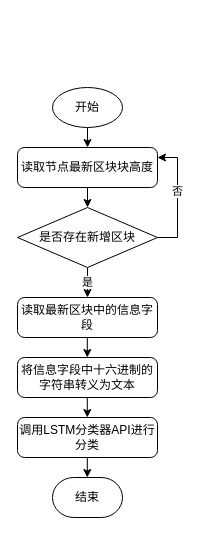
Above: bitcoin data collect.drawio in wang2gua/test (draw.io), before the change. Source tidied: cells renumbered, new cells numbered last; positions are measured from the earlier drawing's top-left corner, leaving out a move shared by most shapes. Both pictures are drawn from the tidied source at 100%, with x=0, y=0 at pixel (17, 87).
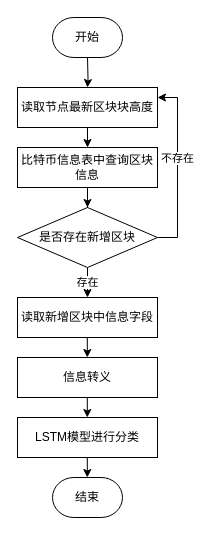
The same diagram, later.

The change refers to these unchanged cells:
```xml
<mxCell id="14" style="edgeStyle=orthogonalEdgeStyle;rounded=0;jettySize=auto;html=1;exitX=1;exitY=0.5;exitDx=0;exitDy=0;entryX=1;entryY=0.25;entryDx=0;entryDy=0;" parent="1" edge="1" source="16" target="6">
  <mxGeometry relative="1" as="geometry" />
</mxCell>
<mxCell id="16" value="是否存在新增区块" style="rhombus;whiteSpace=wrap;html=1;" parent="1" vertex="1">
  <mxGeometry y="120" width="140" height="60" as="geometry" />
</mxCell>
```

Diff of the diagram source:
```diff
@@
-    <mxCell id="2" style="edgeStyle=orthogonalEdgeStyle;rounded=0;jettySize=auto;html=1;exitX=0.5;exitY=1;exitDx=0;exitDy=0;exitPerimeter=0;" parent="1" edge="1" source="3">
+    <mxCell id="2" style="edgeStyle=orthogonalEdgeStyle;rounded=0;jettySize=auto;html=1;exitX=0.5;exitY=1;exitDx=0;exitDy=0;exitPerimeter=0;" parent="1" edge="1" source="6">
       <mxGeometry relative="1" as="geometry">
         <mxPoint x="70" y="60" as="targetPoint" />
       </mxGeometry>
     </mxCell>
-    <mxCell id="3" value="开始" style="strokeWidth=1;html=1;shape=mxgraph.flowchart.start_1;whiteSpace=wrap;" parent="1" vertex="1">
-      <mxGeometry x="35" width="70" height="40" as="geometry" />
-    </mxCell>
@@
-    <mxCell id="5" style="edgeStyle=orthogonalEdgeStyle;rounded=0;jettySize=auto;html=1;exitX=0.5;exitY=1;exitDx=0;exitDy=0;entryX=0.5;entryY=0;entryDx=0;entryDy=0;" parent="1" edge="1" source="6" target="16">
-      <mxGeometry relative="1" as="geometry" />
-    </mxCell>
-    <mxCell id="6" value="读取节点最新区块块高度" style="rounded=1;whiteSpace=wrap;html=1;absoluteArcSize=1;arcSize=14;strokeWidth=1;" parent="1" vertex="1">
-      <mxGeometry y="60" width="140" height="40" as="geometry" />
-    </mxCell>
-    <mxCell id="7" value="读取最新区块中的信息字段" style="rounded=1;whiteSpace=wrap;html=1;absoluteArcSize=1;arcSize=14;strokeWidth=1;" parent="1" vertex="1">
+    <mxCell id="7" value="读取新增区块中信息字段" style="rounded=0;whiteSpace=wrap;html=1;absoluteArcSize=1;arcSize=14;strokeWidth=1;" parent="1" vertex="1">
       <mxGeometry y="210" width="140" height="40" as="geometry" />
     </mxCell>
-    <mxCell id="8" value="将信息字段中十六进制的字符串转义为文本" style="rounded=1;whiteSpace=wrap;html=1;absoluteArcSize=1;arcSize=14;strokeWidth=1;" parent="1" vertex="1">
+    <mxCell id="8" value="信息转义" style="rounded=0;whiteSpace=wrap;html=1;absoluteArcSize=1;arcSize=14;strokeWidth=1;" parent="1" vertex="1">
       <mxGeometry y="270" width="140" height="40" as="geometry" />
     </mxCell>
-    <mxCell id="9" value="调用LSTM分类器API进行分类" style="rounded=1;whiteSpace=wrap;html=1;absoluteArcSize=1;arcSize=14;strokeWidth=1;" parent="1" vertex="1">
+    <mxCell id="9" value="LSTM模型进行分类" style="rounded=0;whiteSpace=wrap;html=1;absoluteArcSize=1;arcSize=14;strokeWidth=1;" parent="1" vertex="1">
       <mxGeometry y="330" width="140" height="40" as="geometry" />
     </mxCell>
@@
-    <mxCell id="13" value="是" style="edgeStyle=orthogonalEdgeStyle;rounded=0;jettySize=auto;html=1;exitX=0.5;exitY=1;exitDx=0;exitDy=0;entryX=0.5;entryY=0;entryDx=0;entryDy=0;" parent="1" edge="1" source="16" target="7">
+    <mxCell id="13" value="存在" style="edgeStyle=orthogonalEdgeStyle;rounded=0;jettySize=auto;html=1;exitX=0.5;exitY=1;exitDx=0;exitDy=0;entryX=0.5;entryY=0;entryDx=0;entryDy=0;" parent="1" edge="1" source="16" target="7">
       <mxGeometry relative="1" as="geometry" />
     </mxCell>
@@
-    <mxCell id="15" value="否" style="edgeLabel;html=1;align=center;verticalAlign=middle;" parent="14" vertex="1">
+    <mxCell id="15" value="不存在" style="edgeLabel;html=1;align=center;verticalAlign=middle;" parent="14" vertex="1">
       <mxGeometry x="0.11" y="1" relative="1" as="geometry" />
     </mxCell>
@@
+    <mxCell id="3" value="开始" style="strokeWidth=1;html=1;shape=mxgraph.flowchart.terminator;whiteSpace=wrap;" parent="1" vertex="1">
+      <mxGeometry x="35" y="-70" width="70" height="40" as="geometry" />
+    </mxCell>
+    <mxCell id="6" value="读取节点最新区块块高度" style="rounded=0;whiteSpace=wrap;html=1;absoluteArcSize=1;arcSize=14;strokeWidth=1;" parent="1" vertex="1">
+      <mxGeometry width="140" height="40" as="geometry" />
+    </mxCell>
+    <mxCell id="17" style="edgeStyle=orthogonalEdgeStyle;rounded=0;jettySize=auto;html=1;exitX=0.5;exitY=1;exitDx=0;exitDy=0;exitPerimeter=0;" parent="1" edge="1" target="6">
+      <mxGeometry relative="1" as="geometry">
+        <mxPoint x="70" y="-30" as="sourcePoint" />
+      </mxGeometry>
+    </mxCell>
+    <mxCell id="18" style="edgeStyle=orthogonalEdgeStyle;rounded=0;jettySize=auto;html=1;entryX=0.5;entryY=0;entryDx=0;entryDy=0;" parent="1" edge="1" source="19" target="16">
+      <mxGeometry relative="1" as="geometry" />
+    </mxCell>
+    <mxCell id="19" value="比特币信息表中查询区块信息" style="rounded=0;whiteSpace=wrap;html=1;absoluteArcSize=1;arcSize=14;strokeWidth=1;" parent="1" vertex="1">
+      <mxGeometry y="60" width="140" height="40" as="geometry" />
+    </mxCell>
```
